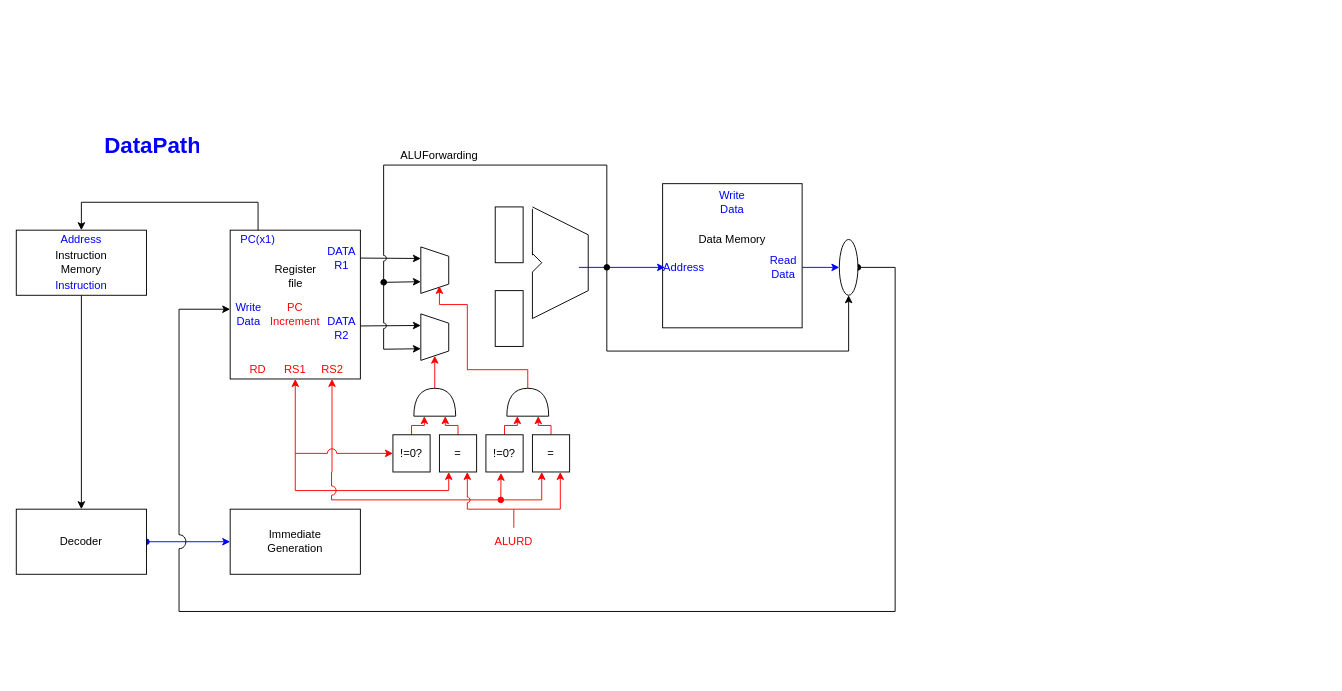
The draw.io diagram page "DataPath" (1 of 2) of Circuit_Drawings/DataPath.drawio in Kaveesha-98/065-538-720-GNC, before the edit. Source tidied: cells renumbered, new cells numbered last; positions are measured from the earlier drawing's top-left corner, leaving out a move shared by most shapes. Both pictures are drawn from the tidied source at 93%, with x=0, y=0 at pixel (16, 127).
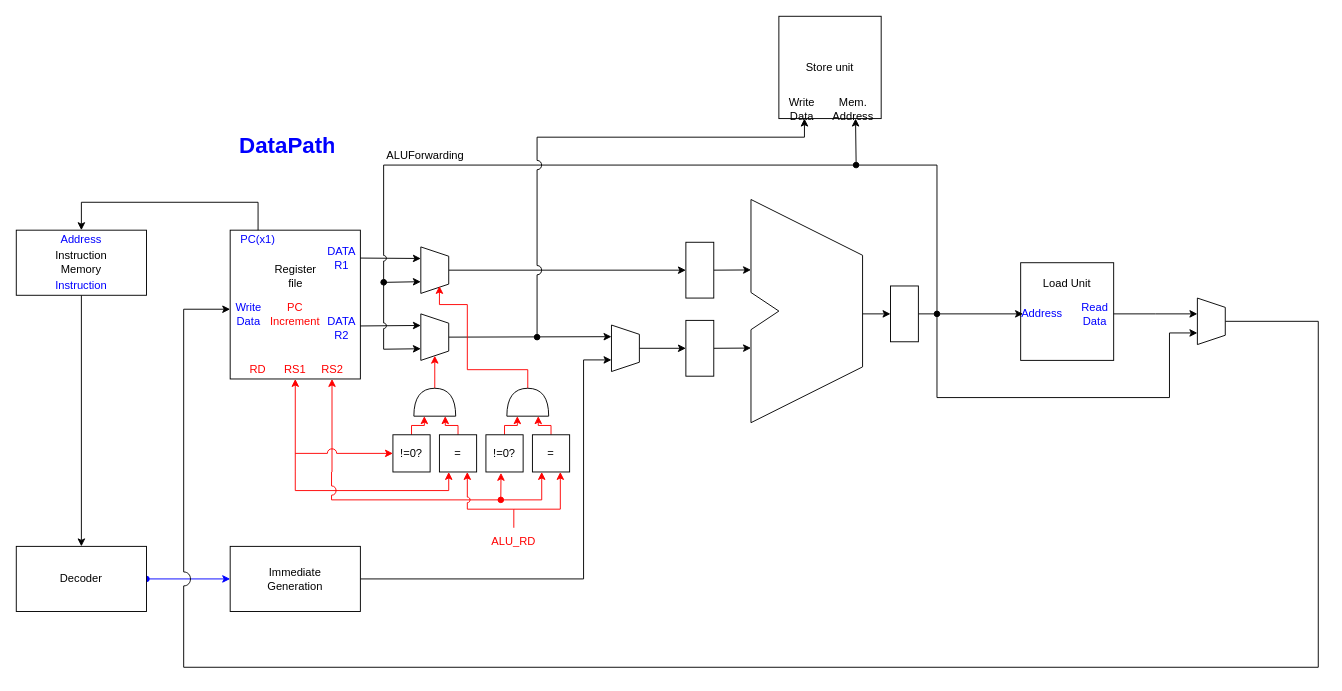
The same page after the edit.

The change refers to these unchanged cells:
```xml
<mxCell id="14" value="Write Data" style="text;html=1;strokeColor=none;fillColor=none;align=center;verticalAlign=middle;whiteSpace=wrap;rounded=0;fontColor=#0000FF;" parent="1" vertex="1">
  <mxGeometry x="230" y="190" width="40" height="20" as="geometry" />
</mxCell>
<mxCell id="45" style="shape=trapezoid;perimeter=trapezoidPerimeter;whiteSpace=wrap;html=1;fixedSize=1;startSize=0;size=10;direction=south;" parent="1" vertex="1">
  <mxGeometry x="435" y="128" width="30" height="50" as="geometry" />
</mxCell>
<mxCell id="47" style="shape=trapezoid;perimeter=trapezoidPerimeter;whiteSpace=wrap;html=1;fixedSize=1;startSize=0;size=10;direction=south;" parent="1" vertex="1">
  <mxGeometry x="435" y="200" width="30" height="50" as="geometry" />
</mxCell>
```

Diff of the diagram source:
```diff
@@
     <mxCell id="8" style="rounded=0;whiteSpace=wrap;html=1;" parent="1" vertex="1">
-      <mxGeometry y="410" width="140" height="70" as="geometry" />
+      <mxGeometry y="450" width="140" height="70" as="geometry" />
     </mxCell>
     <mxCell id="9" value="Decoder" style="text;html=1;strokeColor=none;fillColor=none;align=center;verticalAlign=middle;whiteSpace=wrap;rounded=0;" parent="1" vertex="1">
-      <mxGeometry x="35" y="435" width="70" height="20" as="geometry" />
+      <mxGeometry x="35" y="475" width="70" height="20" as="geometry" />
     </mxCell>
@@
-    <mxCell id="19" style="endArrow=none;html=1;fontColor=#0000FF;" parent="1" edge="1">
-      <mxGeometry relative="1" as="geometry">
-        <mxPoint x="555" y="137" as="sourcePoint" />
-        <mxPoint x="555" y="87" as="targetPoint" />
-      </mxGeometry>
-    </mxCell>
-    <mxCell id="20" style="endArrow=none;html=1;fontColor=#0000FF;" parent="1" edge="1">
-      <mxGeometry relative="1" as="geometry">
-        <mxPoint x="555" y="205" as="sourcePoint" />
-        <mxPoint x="555" y="155" as="targetPoint" />
-      </mxGeometry>
-    </mxCell>
-    <mxCell id="21" style="endArrow=none;html=1;fontColor=#0000FF;strokeColor=#000000;" parent="1" edge="1">
-      <mxGeometry relative="1" as="geometry">
-        <mxPoint x="565" y="145" as="sourcePoint" />
-        <mxPoint x="555" y="135" as="targetPoint" />
-      </mxGeometry>
-    </mxCell>
-    <mxCell id="22" style="endArrow=none;html=1;fontColor=#0000FF;strokeColor=#000000;" parent="1" edge="1">
-      <mxGeometry relative="1" as="geometry">
-        <mxPoint x="555" y="155" as="sourcePoint" />
-        <mxPoint x="565" y="145" as="targetPoint" />
-      </mxGeometry>
-    </mxCell>
-    <mxCell id="23" style="endArrow=none;html=1;fontColor=#0000FF;" parent="1" edge="1">
-      <mxGeometry relative="1" as="geometry">
-        <mxPoint x="615" y="175" as="sourcePoint" />
-        <mxPoint x="615" y="115" as="targetPoint" />
-      </mxGeometry>
-    </mxCell>
-    <mxCell id="24" style="endArrow=none;html=1;fontColor=#0000FF;strokeColor=#000000;" parent="1" edge="1">
-      <mxGeometry relative="1" as="geometry">
-        <mxPoint x="555" y="205" as="sourcePoint" />
-        <mxPoint x="615" y="175" as="targetPoint" />
-      </mxGeometry>
-    </mxCell>
-    <mxCell id="25" style="endArrow=none;html=1;fontColor=#0000FF;strokeColor=#000000;" parent="1" edge="1">
-      <mxGeometry relative="1" as="geometry">
-        <mxPoint x="615" y="115" as="sourcePoint" />
-        <mxPoint x="555" y="85" as="targetPoint" />
-      </mxGeometry>
-    </mxCell>
     <mxCell id="26" style="rounded=0;whiteSpace=wrap;html=1;fontColor=#0000FF;" parent="1" vertex="1">
-      <mxGeometry x="695" y="60" width="150" height="155" as="geometry" />
+      <mxGeometry x="1080" y="145" width="100" height="105" as="geometry" />
     </mxCell>
-    <mxCell id="27" style="endArrow=classic;html=1;fontColor=#0000FF;strokeColor=#0000FF;entryX=0;entryY=0.5;entryDx=0;entryDy=0;" parent="1" edge="1" target="29">
+    <mxCell id="27" style="endArrow=classic;html=1;fontColor=#0000FF;entryX=0;entryY=0.5;entryDx=0;entryDy=0;startArrow=oval;startFill=1;" parent="1" edge="1" target="29">
       <mxGeometry relative="1" as="geometry">
-        <mxPoint x="605" y="150" as="sourcePoint" />
+        <mxPoint x="990" y="200" as="sourcePoint" />
       </mxGeometry>
     </mxCell>
-    <mxCell id="28" value="Data Memory" style="text;html=1;strokeColor=none;fillColor=none;align=center;verticalAlign=middle;whiteSpace=wrap;rounded=0;" parent="1" vertex="1">
-      <mxGeometry x="731.2" y="110" width="77.5" height="20" as="geometry" />
+    <mxCell id="28" value="Load Unit" style="text;html=1;strokeColor=none;fillColor=none;align=center;verticalAlign=middle;whiteSpace=wrap;rounded=0;" parent="1" vertex="1">
+      <mxGeometry x="1091.2" y="158" width="77.5" height="20" as="geometry" />
     </mxCell>
     <mxCell id="29" value="Address" style="text;html=1;strokeColor=none;fillColor=none;align=center;verticalAlign=middle;whiteSpace=wrap;rounded=0;fontColor=#0000FF;" parent="1" vertex="1">
-      <mxGeometry x="697.5" y="140" width="40" height="20" as="geometry" />
+      <mxGeometry x="1082.5" y="190" width="40" height="20" as="geometry" />
     </mxCell>
-    <mxCell id="30" style="edgeStyle=orthogonalEdgeStyle;rounded=0;jettySize=auto;html=1;fontColor=#0000FF;endArrow=classic;endFill=1;strokeColor=#0000FF;" parent="1" edge="1" source="31" target="33">
-      <mxGeometry relative="1" as="geometry" />
+    <mxCell id="30" style="edgeStyle=orthogonalEdgeStyle;rounded=0;jettySize=auto;html=1;fontColor=#0000FF;endArrow=classic;endFill=1;" parent="1" edge="1" source="31">
+      <mxGeometry relative="1" as="geometry">
+        <mxPoint x="1270" y="200" as="targetPoint" />
+      </mxGeometry>
     </mxCell>
     <mxCell id="31" value="Read Data" style="text;html=1;strokeColor=none;fillColor=none;align=center;verticalAlign=middle;whiteSpace=wrap;rounded=0;fontColor=#0000FF;" parent="1" vertex="1">
-      <mxGeometry x="805" y="140" width="40" height="20" as="geometry" />
+      <mxGeometry x="1140" y="190" width="40" height="20" as="geometry" />
     </mxCell>
-    <mxCell id="32" style="edgeStyle=none;rounded=0;jumpStyle=arc;jumpSize=15;jettySize=auto;html=1;exitX=1;exitY=0.5;exitDx=0;exitDy=0;fontColor=#0000FF;startArrow=oval;startFill=1;endArrow=classic;endFill=1;entryX=0;entryY=0.25;entryDx=0;entryDy=0;" parent="1" edge="1" source="33" target="14">
+    <mxCell id="32" style="edgeStyle=none;rounded=0;jumpStyle=arc;jumpSize=15;jettySize=auto;html=1;exitX=0.5;exitY=0;exitDx=0;exitDy=0;fontColor=#0000FF;startArrow=none;startFill=0;endArrow=classic;endFill=1;entryX=0;entryY=0.25;entryDx=0;entryDy=0;" parent="1" edge="1" source="87" target="14">
       <mxGeometry relative="1" as="geometry">
         <Array as="points">
-          <mxPoint x="945" y="150" />
-          <mxPoint x="945" y="520" />
-          <mxPoint x="175" y="520" />
-          <mxPoint x="175" y="195" />
+          <mxPoint x="1400" y="208" />
+          <mxPoint x="1400" y="580" />
+          <mxPoint x="180" y="580" />
+          <mxPoint x="180" y="195" />
         </Array>
       </mxGeometry>
     </mxCell>
-    <mxCell id="33" style="ellipse;whiteSpace=wrap;html=1;fontColor=#0000FF;" parent="1" vertex="1">
-      <mxGeometry x="885" y="120" width="20" height="60" as="geometry" />
-    </mxCell>
-    <mxCell id="34" style="endArrow=classic;html=1;fontColor=#0000FF;entryX=0.5;entryY=1;entryDx=0;entryDy=0;rounded=0;startArrow=oval;startFill=1;" parent="1" edge="1" target="33">
-      <mxGeometry relative="1" as="geometry">
-        <mxPoint x="635" y="150" as="sourcePoint" />
-        <Array as="points">
-          <mxPoint x="635" y="240" />
-          <mxPoint x="895" y="240" />
-        </Array>
-      </mxGeometry>
-    </mxCell>
-    <mxCell id="35" value="Write Data" style="text;html=1;strokeColor=none;fillColor=none;align=center;verticalAlign=middle;whiteSpace=wrap;rounded=0;fontColor=#0000FF;" parent="1" vertex="1">
-      <mxGeometry x="750" y="70" width="40" height="20" as="geometry" />
-    </mxCell>
+    <mxCell id="71" style="edgeStyle=orthogonalEdgeStyle;rounded=0;jumpStyle=arc;jumpSize=10;jettySize=auto;html=1;exitX=1;exitY=0.5;exitDx=0;exitDy=0;entryX=0.75;entryY=1;entryDx=0;entryDy=0;startArrow=none;startFill=0;endArrow=classic;endFill=1;startSize=6;endSize=6;sourcePerimeterSpacing=6;targetPerimeterSpacing=6;strokeColor=#000000;" parent="1" edge="1" source="36" target="77">
+      <mxGeometry relative="1" as="geometry">
+        <Array as="points">
+          <mxPoint x="610" y="485" />
+          <mxPoint x="610" y="249" />
+        </Array>
+      </mxGeometry>
+    </mxCell>
     <mxCell id="36" style="rounded=0;whiteSpace=wrap;html=1;" parent="1" vertex="1">
-      <mxGeometry x="230" y="410" width="140" height="70" as="geometry" />
+      <mxGeometry x="230" y="450" width="140" height="70" as="geometry" />
     </mxCell>
     <mxCell id="37" value="Immediate Generation" style="text;html=1;strokeColor=none;fillColor=none;align=center;verticalAlign=middle;whiteSpace=wrap;rounded=0;" parent="1" vertex="1">
-      <mxGeometry x="265" y="435" width="70" height="20" as="geometry" />
+      <mxGeometry x="265" y="475" width="70" height="20" as="geometry" />
     </mxCell>
     <mxCell id="38" value="&lt;h1&gt;DataPath&lt;/h1&gt;&lt;p&gt;&lt;br&gt;&lt;/p&gt;" style="text;html=1;strokeColor=none;fillColor=none;spacing=5;spacingTop=-20;whiteSpace=wrap;overflow=hidden;rounded=0;fontColor=#0000FF;" parent="1" vertex="1">
-      <mxGeometry x="90" width="110" height="40" as="geometry" />
+      <mxGeometry x="235" width="110" height="40" as="geometry" />
     </mxCell>
@@
+    <mxCell id="72" style="edgeStyle=orthogonalEdgeStyle;rounded=0;jumpStyle=arc;jumpSize=10;jettySize=auto;html=1;exitX=1;exitY=0.5;exitDx=0;exitDy=0;startArrow=none;startFill=0;endArrow=classic;endFill=1;startSize=6;endSize=6;sourcePerimeterSpacing=6;targetPerimeterSpacing=6;strokeColor=#000000;" parent="1" edge="1" source="42">
+      <mxGeometry relative="1" as="geometry">
+        <mxPoint x="790" y="152.7" as="targetPoint" />
+      </mxGeometry>
+    </mxCell>
     <mxCell id="42" style="rounded=0;whiteSpace=wrap;html=1;startSize=0;" parent="1" vertex="1">
-      <mxGeometry x="515" y="85" width="30" height="60" as="geometry" />
+      <mxGeometry x="720" y="123" width="30" height="60" as="geometry" />
     </mxCell>
+    <mxCell id="73" style="edgeStyle=orthogonalEdgeStyle;rounded=0;jumpStyle=arc;jumpSize=10;jettySize=auto;html=1;exitX=1;exitY=0.5;exitDx=0;exitDy=0;startArrow=none;startFill=0;endArrow=classic;endFill=1;startSize=6;endSize=6;sourcePerimeterSpacing=6;targetPerimeterSpacing=6;strokeColor=#000000;" parent="1" edge="1" source="43">
+      <mxGeometry relative="1" as="geometry">
+        <mxPoint x="790" y="236.7" as="targetPoint" />
+      </mxGeometry>
+    </mxCell>
     <mxCell id="43" style="rounded=0;whiteSpace=wrap;html=1;startSize=0;" parent="1" vertex="1">
-      <mxGeometry x="515" y="175" width="30" height="60" as="geometry" />
+      <mxGeometry x="720" y="207" width="30" height="60" as="geometry" />
     </mxCell>
@@
+    <mxCell id="74" style="edgeStyle=orthogonalEdgeStyle;rounded=0;jumpStyle=arc;jumpSize=10;jettySize=auto;html=1;exitX=0.5;exitY=0;exitDx=0;exitDy=0;entryX=0;entryY=0.5;entryDx=0;entryDy=0;startArrow=none;startFill=0;endArrow=classic;endFill=1;startSize=6;endSize=6;sourcePerimeterSpacing=6;targetPerimeterSpacing=6;strokeColor=#000000;" parent="1" edge="1" source="45" target="42">
+      <mxGeometry relative="1" as="geometry" />
+    </mxCell>
@@
+    <mxCell id="75" style="edgeStyle=orthogonalEdgeStyle;rounded=0;jumpStyle=arc;jumpSize=10;jettySize=auto;html=1;exitX=0.5;exitY=0;exitDx=0;exitDy=0;entryX=0.25;entryY=1;entryDx=0;entryDy=0;startArrow=none;startFill=0;endArrow=classic;endFill=1;startSize=6;endSize=6;sourcePerimeterSpacing=6;targetPerimeterSpacing=6;" parent="1" edge="1" source="47" target="77">
+      <mxGeometry relative="1" as="geometry" />
+    </mxCell>
@@
     <mxCell id="48" style="endArrow=classic;html=1;startSize=6;endSize=6;sourcePerimeterSpacing=6;targetPerimeterSpacing=6;entryX=0.75;entryY=1;entryDx=0;entryDy=0;rounded=0;jumpStyle=arc;" parent="1" edge="1" target="47">
       <mxGeometry relative="1" as="geometry">
-        <mxPoint x="635" y="150" as="sourcePoint" />
+        <mxPoint x="970" y="200" as="sourcePoint" />
         <Array as="points">
-          <mxPoint x="635" y="40" />
+          <mxPoint x="990" y="200" />
+          <mxPoint x="990" y="40" />
           <mxPoint x="395" y="40" />
           <mxPoint x="395" y="100" />
           <mxPoint x="395" y="238" />
         </Array>
       </mxGeometry>
     </mxCell>
     <mxCell id="49" value="ALUForwarding" style="text;html=1;strokeColor=none;fillColor=none;align=center;verticalAlign=middle;whiteSpace=wrap;rounded=0;startSize=0;" parent="1" vertex="1">
-      <mxGeometry x="435" y="20" width="40" height="20" as="geometry" />
+      <mxGeometry x="420" y="20" width="40" height="20" as="geometry" />
     </mxCell>
@@
-    <mxCell id="70" value="&lt;font color=&quot;#FF0000&quot;&gt;ALURD&lt;/font&gt;" style="text;html=1;strokeColor=none;fillColor=none;align=center;verticalAlign=middle;whiteSpace=wrap;rounded=0;startSize=0;" parent="1" vertex="1">
+    <mxCell id="70" value="&lt;font color=&quot;#FF0000&quot;&gt;ALU_RD&lt;/font&gt;" style="text;html=1;strokeColor=none;fillColor=none;align=center;verticalAlign=middle;whiteSpace=wrap;rounded=0;startSize=0;" parent="1" vertex="1">
       <mxGeometry x="515" y="435" width="40" height="20" as="geometry" />
     </mxCell>
+    <mxCell id="76" style="edgeStyle=orthogonalEdgeStyle;rounded=0;jumpStyle=arc;jumpSize=10;jettySize=auto;html=1;exitX=0.5;exitY=0;exitDx=0;exitDy=0;entryX=0;entryY=0.5;entryDx=0;entryDy=0;startArrow=none;startFill=0;endArrow=classic;endFill=1;startSize=6;endSize=6;sourcePerimeterSpacing=6;targetPerimeterSpacing=6;strokeColor=#000000;" parent="1" edge="1" source="77" target="43">
+      <mxGeometry relative="1" as="geometry" />
+    </mxCell>
+    <mxCell id="77" style="shape=trapezoid;perimeter=trapezoidPerimeter;whiteSpace=wrap;html=1;fixedSize=1;startSize=0;size=10;direction=south;" parent="1" vertex="1">
+      <mxGeometry x="640" y="212" width="30" height="50" as="geometry" />
+    </mxCell>
+    <mxCell id="78" style="endArrow=none;html=1;startSize=6;endSize=6;sourcePerimeterSpacing=6;targetPerimeterSpacing=6;strokeColor=#000000;rounded=0;" parent="1" edge="1">
+      <mxGeometry relative="1" as="geometry">
+        <mxPoint x="790" y="317" as="sourcePoint" />
+        <mxPoint x="790" y="77" as="targetPoint" />
+        <Array as="points">
+          <mxPoint x="790" y="217" />
+          <mxPoint x="820" y="197" />
+          <mxPoint x="790" y="177" />
+        </Array>
+      </mxGeometry>
+    </mxCell>
+    <mxCell id="79" style="endArrow=none;html=1;startSize=6;endSize=6;sourcePerimeterSpacing=6;targetPerimeterSpacing=6;strokeColor=#000000;rounded=0;" parent="1" edge="1">
+      <mxGeometry relative="1" as="geometry">
+        <mxPoint x="790" y="77" as="sourcePoint" />
+        <mxPoint x="790" y="317" as="targetPoint" />
+        <Array as="points">
+          <mxPoint x="910" y="137" />
+          <mxPoint x="910" y="257" />
+        </Array>
+      </mxGeometry>
+    </mxCell>
+    <mxCell id="80" style="edgeStyle=orthogonalEdgeStyle;rounded=0;jumpStyle=arc;jumpSize=10;jettySize=auto;html=1;startArrow=classic;startFill=1;endArrow=oval;endFill=1;startSize=6;endSize=6;sourcePerimeterSpacing=6;targetPerimeterSpacing=6;strokeColor=#000000;exitX=0.25;exitY=1;exitDx=0;exitDy=0;" parent="1" edge="1" source="82">
+      <mxGeometry relative="1" as="geometry">
+        <mxPoint x="560" y="225" as="targetPoint" />
+        <Array as="points">
+          <mxPoint x="848" y="10" />
+          <mxPoint x="560" y="10" />
+        </Array>
+      </mxGeometry>
+    </mxCell>
+    <mxCell id="81" style="edgeStyle=orthogonalEdgeStyle;rounded=0;jumpStyle=arc;jumpSize=10;jettySize=auto;html=1;exitX=0.75;exitY=1;exitDx=0;exitDy=0;startArrow=classic;startFill=1;endArrow=oval;endFill=1;startSize=6;endSize=6;sourcePerimeterSpacing=6;targetPerimeterSpacing=6;strokeColor=#000000;" parent="1" edge="1" source="82">
+      <mxGeometry relative="1" as="geometry">
+        <mxPoint x="903" y="40" as="targetPoint" />
+      </mxGeometry>
+    </mxCell>
+    <mxCell id="82" value="Store unit" style="whiteSpace=wrap;html=1;startSize=0;" parent="1" vertex="1">
+      <mxGeometry x="820" y="-120" width="110" height="110" as="geometry" />
+    </mxCell>
+    <mxCell id="35" value="Write Data" style="text;html=1;strokeColor=none;fillColor=none;align=center;verticalAlign=middle;whiteSpace=wrap;rounded=0;startSize=0;" parent="1" vertex="1">
+      <mxGeometry x="825" y="-30" width="40" height="20" as="geometry" />
+    </mxCell>
+    <mxCell id="83" value="&lt;div&gt;Mem.&lt;/div&gt;&lt;div&gt;Address&lt;br&gt;&lt;/div&gt;" style="text;html=1;strokeColor=none;fillColor=none;align=center;verticalAlign=middle;whiteSpace=wrap;rounded=0;startSize=0;" parent="1" vertex="1">
+      <mxGeometry x="880" y="-30" width="40" height="20" as="geometry" />
+    </mxCell>
+    <mxCell id="84" style="edgeStyle=orthogonalEdgeStyle;rounded=0;jumpStyle=arc;jumpSize=10;jettySize=auto;html=1;exitX=0;exitY=0.5;exitDx=0;exitDy=0;startArrow=classic;startFill=1;endArrow=none;endFill=0;startSize=6;endSize=6;sourcePerimeterSpacing=6;targetPerimeterSpacing=6;strokeColor=#000000;" parent="1" edge="1" source="85">
+      <mxGeometry relative="1" as="geometry">
+        <mxPoint x="910" y="200" as="targetPoint" />
+      </mxGeometry>
+    </mxCell>
+    <mxCell id="85" style="rounded=0;whiteSpace=wrap;html=1;startSize=0;" parent="1" vertex="1">
+      <mxGeometry x="940" y="170" width="30" height="60" as="geometry" />
+    </mxCell>
+    <mxCell id="86" style="edgeStyle=orthogonalEdgeStyle;rounded=0;jumpStyle=arc;jumpSize=10;jettySize=auto;html=1;exitX=0.75;exitY=1;exitDx=0;exitDy=0;startArrow=classic;startFill=1;endArrow=none;endFill=0;startSize=6;endSize=6;sourcePerimeterSpacing=6;targetPerimeterSpacing=6;strokeColor=#000000;" parent="1" edge="1" source="87">
+      <mxGeometry relative="1" as="geometry">
+        <mxPoint x="990" y="200" as="targetPoint" />
+        <Array as="points">
+          <mxPoint x="1240" y="221" />
+          <mxPoint x="1240" y="290" />
+          <mxPoint x="990" y="290" />
+        </Array>
+      </mxGeometry>
+    </mxCell>
+    <mxCell id="87" style="shape=trapezoid;perimeter=trapezoidPerimeter;whiteSpace=wrap;html=1;fixedSize=1;startSize=0;size=10;direction=south;" parent="1" vertex="1">
+      <mxGeometry x="1270" y="183" width="30" height="50" as="geometry" />
+    </mxCell>
```
